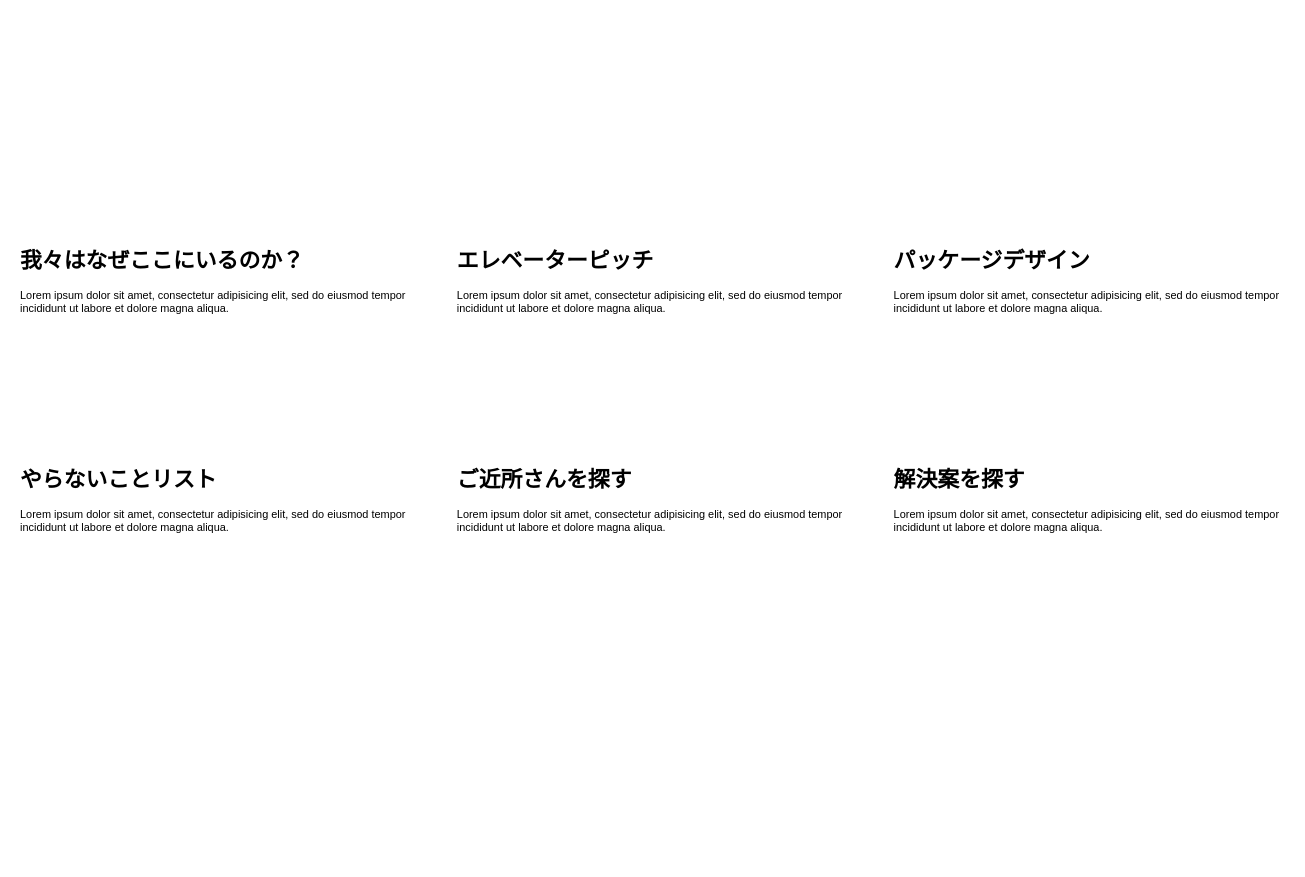
Above: inception_deck/Untitled Diagram.drawio in minegishirei/draw_v1 (draw.io), before the change. Source tidied: cells renumbered, new cells numbered last; positions are measured from the earlier drawing's top-left corner, leaving out a move shared by most shapes. Both pictures are drawn from the tidied source at 91%, with x=0, y=0 at pixel (15, 243).
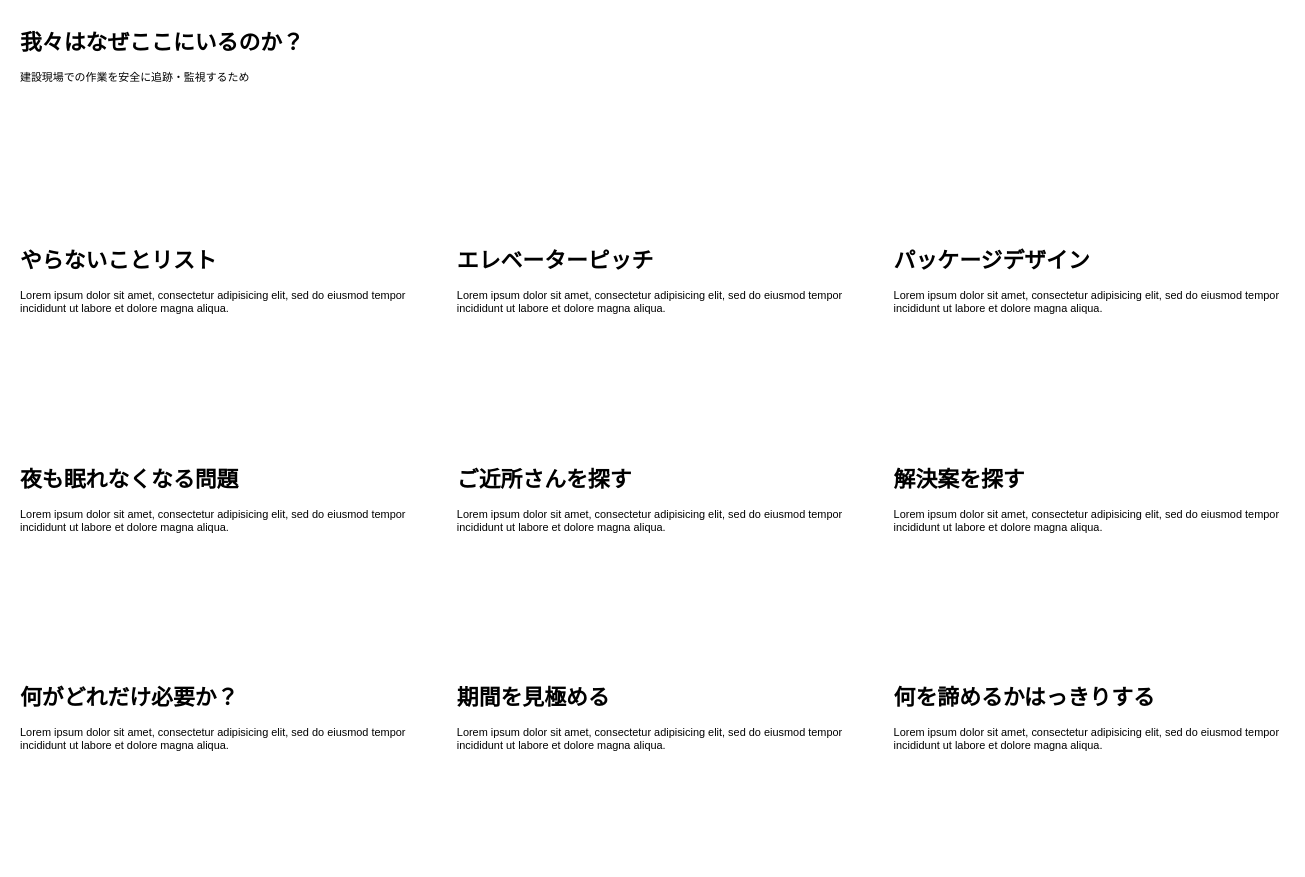
Above is the later version.

Change to the diagram source:
```diff
@@
 <mxGraphModel>
   <root>
     <mxCell id="0" />
     <mxCell id="1" parent="0" />
-    <mxCell id="2" value="&lt;h1&gt;我々はなぜここにいるのか？&lt;/h1&gt;&lt;p&gt;Lorem ipsum dolor sit amet, consectetur adipisicing elit, sed do eiusmod tempor incididunt ut labore et dolore magna aliqua.&lt;/p&gt;" style="text;html=1;strokeColor=none;fillColor=none;spacing=5;spacingTop=-20;whiteSpace=wrap;overflow=hidden;rounded=0;" parent="1" vertex="1">
-      <mxGeometry width="440" height="200" as="geometry" />
+    <mxCell id="2" value="&lt;h1&gt;我々はなぜここにいるのか？&lt;/h1&gt;&lt;p&gt;建設現場での作業を安全に追跡・監視するため&lt;/p&gt;" style="text;html=1;strokeColor=none;fillColor=none;spacing=5;spacingTop=-20;whiteSpace=wrap;overflow=hidden;rounded=0;" parent="1" vertex="1">
+      <mxGeometry y="-240" width="440" height="200" as="geometry" />
     </mxCell>
     <mxCell id="3" value="&lt;h1&gt;エレベーターピッチ&lt;/h1&gt;&lt;p&gt;Lorem ipsum dolor sit amet, consectetur adipisicing elit, sed do eiusmod tempor incididunt ut labore et dolore magna aliqua.&lt;/p&gt;" style="text;html=1;strokeColor=none;fillColor=none;spacing=5;spacingTop=-20;whiteSpace=wrap;overflow=hidden;rounded=0;" parent="1" vertex="1">
       <mxGeometry x="480" width="440" height="200" as="geometry" />
     </mxCell>
     <mxCell id="4" value="&lt;h1&gt;パッケージデザイン&lt;/h1&gt;&lt;p&gt;Lorem ipsum dolor sit amet, consectetur adipisicing elit, sed do eiusmod tempor incididunt ut labore et dolore magna aliqua.&lt;/p&gt;" style="text;html=1;strokeColor=none;fillColor=none;spacing=5;spacingTop=-20;whiteSpace=wrap;overflow=hidden;rounded=0;" parent="1" vertex="1">
       <mxGeometry x="960" width="440" height="200" as="geometry" />
     </mxCell>
     <mxCell id="5" value="&lt;h1&gt;やらないことリスト&lt;/h1&gt;&lt;p&gt;Lorem ipsum dolor sit amet, consectetur adipisicing elit, sed do eiusmod tempor incididunt ut labore et dolore magna aliqua.&lt;/p&gt;" style="text;html=1;strokeColor=none;fillColor=none;spacing=5;spacingTop=-20;whiteSpace=wrap;overflow=hidden;rounded=0;" parent="1" vertex="1">
-      <mxGeometry y="240" width="440" height="200" as="geometry" />
+      <mxGeometry width="440" height="200" as="geometry" />
     </mxCell>
     <mxCell id="6" value="&lt;h1&gt;ご近所さんを探す&lt;/h1&gt;&lt;p&gt;Lorem ipsum dolor sit amet, consectetur adipisicing elit, sed do eiusmod tempor incididunt ut labore et dolore magna aliqua.&lt;/p&gt;" style="text;html=1;strokeColor=none;fillColor=none;spacing=5;spacingTop=-20;whiteSpace=wrap;overflow=hidden;rounded=0;" parent="1" vertex="1">
       <mxGeometry x="480" y="240" width="440" height="200" as="geometry" />
     </mxCell>
     <mxCell id="7" value="&lt;h1&gt;解決案を探す&lt;/h1&gt;&lt;p&gt;Lorem ipsum dolor sit amet, consectetur adipisicing elit, sed do eiusmod tempor incididunt ut labore et dolore magna aliqua.&lt;/p&gt;" style="text;html=1;strokeColor=none;fillColor=none;spacing=5;spacingTop=-20;whiteSpace=wrap;overflow=hidden;rounded=0;" parent="1" vertex="1">
       <mxGeometry x="960" y="240" width="440" height="200" as="geometry" />
     </mxCell>
+    <mxCell id="8" value="&lt;h1&gt;夜も眠れなくなる問題&lt;/h1&gt;&lt;p&gt;Lorem ipsum dolor sit amet, consectetur adipisicing elit, sed do eiusmod tempor incididunt ut labore et dolore magna aliqua.&lt;/p&gt;" style="text;html=1;strokeColor=none;fillColor=none;spacing=5;spacingTop=-20;whiteSpace=wrap;overflow=hidden;rounded=0;" parent="1" vertex="1">
+      <mxGeometry y="240" width="440" height="200" as="geometry" />
+    </mxCell>
+    <mxCell id="9" value="&lt;h1&gt;期間を見極める&lt;/h1&gt;&lt;p&gt;Lorem ipsum dolor sit amet, consectetur adipisicing elit, sed do eiusmod tempor incididunt ut labore et dolore magna aliqua.&lt;/p&gt;" style="text;html=1;strokeColor=none;fillColor=none;spacing=5;spacingTop=-20;whiteSpace=wrap;overflow=hidden;rounded=0;" parent="1" vertex="1">
+      <mxGeometry x="480" y="480" width="440" height="200" as="geometry" />
+    </mxCell>
+    <mxCell id="10" value="&lt;h1&gt;何を諦めるかはっきりする&lt;/h1&gt;&lt;p&gt;Lorem ipsum dolor sit amet, consectetur adipisicing elit, sed do eiusmod tempor incididunt ut labore et dolore magna aliqua.&lt;/p&gt;" style="text;html=1;strokeColor=none;fillColor=none;spacing=5;spacingTop=-20;whiteSpace=wrap;overflow=hidden;rounded=0;" parent="1" vertex="1">
+      <mxGeometry x="960" y="480" width="440" height="200" as="geometry" />
+    </mxCell>
+    <mxCell id="11" value="&lt;h1&gt;何がどれだけ必要か？&lt;/h1&gt;&lt;p&gt;Lorem ipsum dolor sit amet, consectetur adipisicing elit, sed do eiusmod tempor incididunt ut labore et dolore magna aliqua.&lt;/p&gt;" style="text;html=1;strokeColor=none;fillColor=none;spacing=5;spacingTop=-20;whiteSpace=wrap;overflow=hidden;rounded=0;" parent="1" vertex="1">
+      <mxGeometry y="480" width="440" height="200" as="geometry" />
+    </mxCell>
   </root>
 </mxGraphModel>
```
